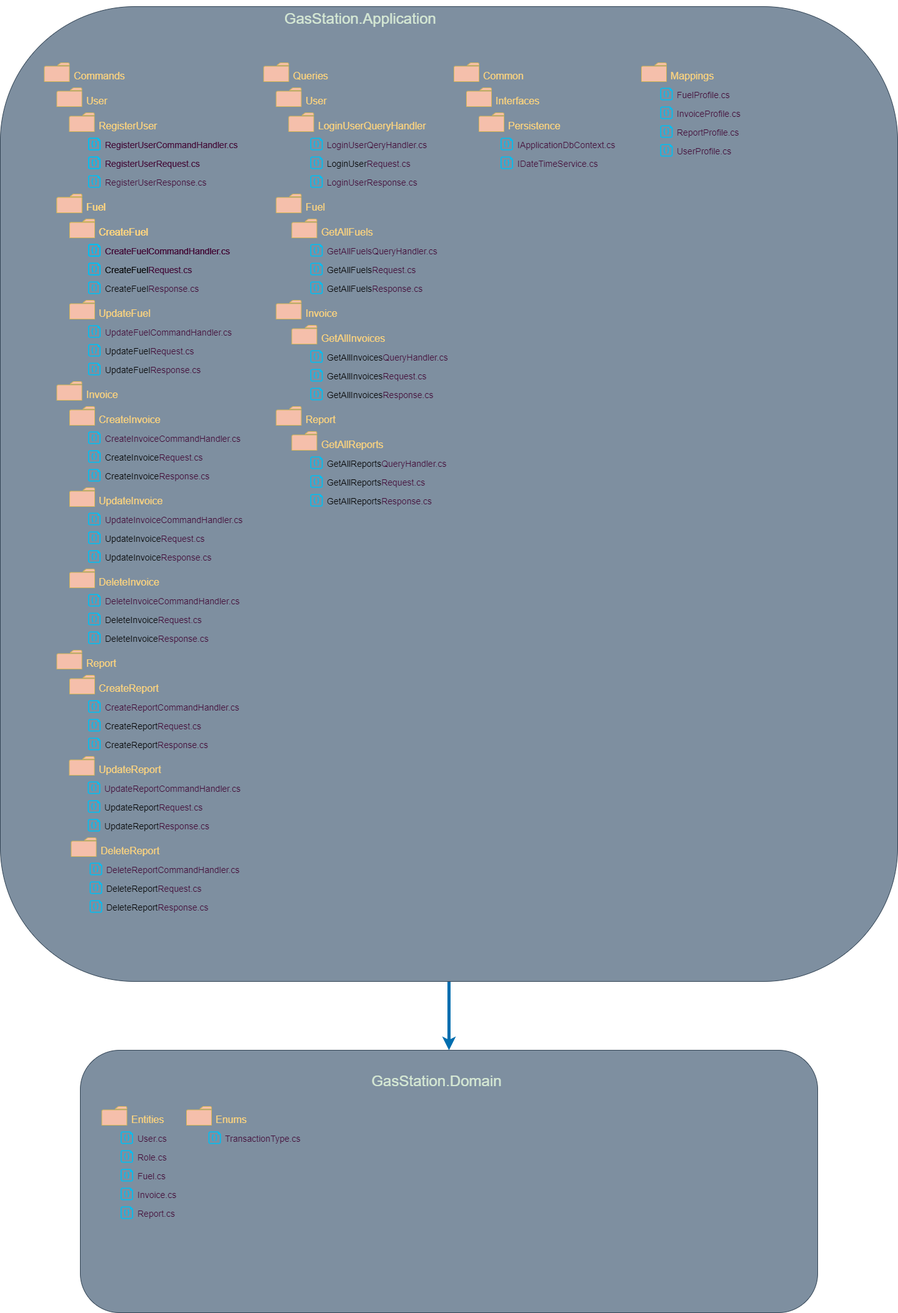
Above: doc/images/DDD-Layer.png in NyIIIa/GasStation (draw.io), before the change. Source tidied: cells renumbered, new cells last; positions are measured from the earlier drawing's top-left corner, leaving out a move shared by most shapes.
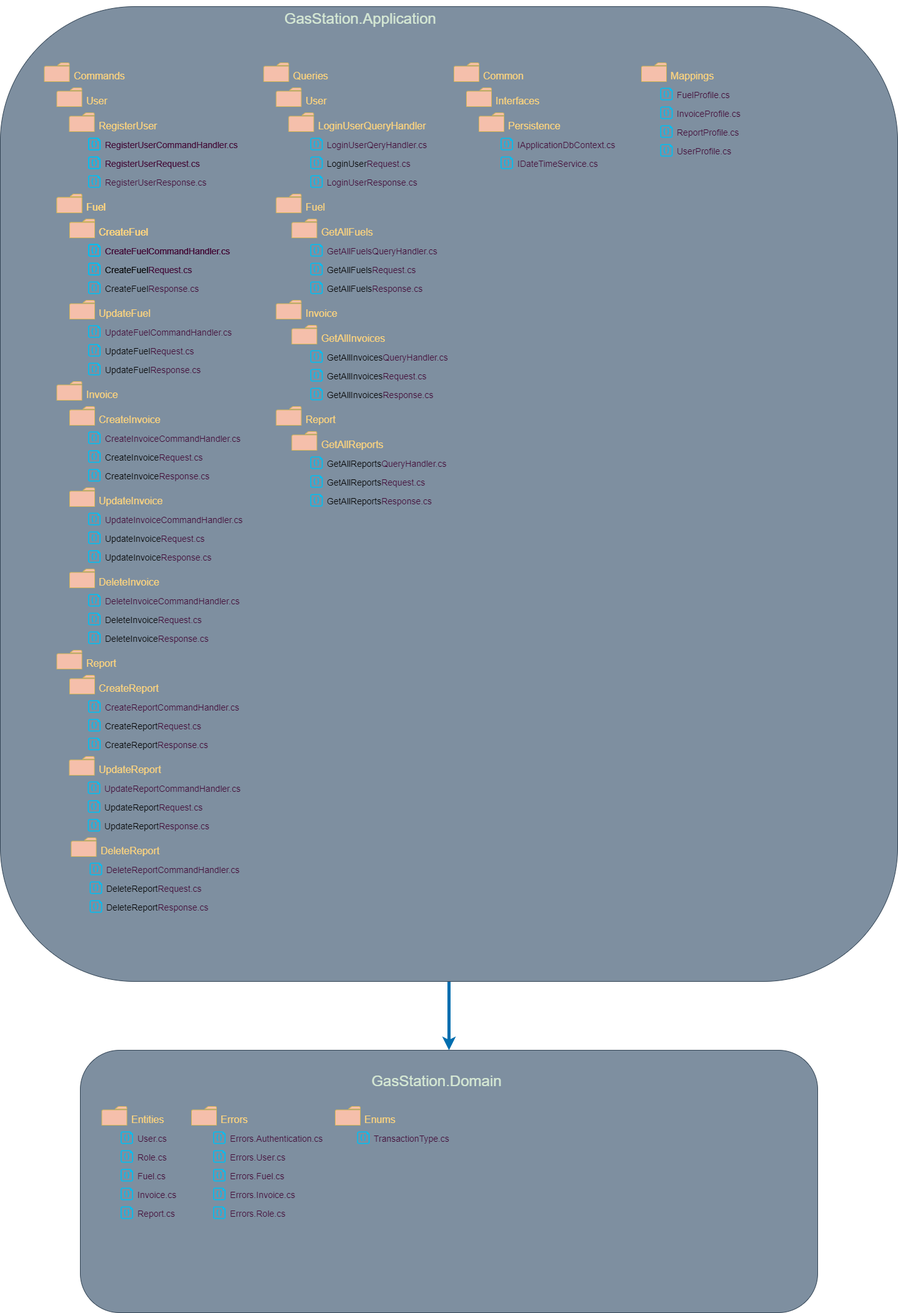
Later version of the same file.

Commit message:
add Errors models

What changed in the source:
```diff
@@ -237,10 +237,10 @@
       <mxGeometry x="800.5" y="250" width="20" height="20" as="geometry" />
     </mxCell>
     <mxCell id="80" value="&lt;font color=&quot;#ffd57e&quot;&gt;&lt;span style=&quot;font-size: 16px;&quot;&gt;Enums&lt;/span&gt;&lt;/font&gt;" style="sketch=0;shadow=0;dashed=0;html=1;strokeColor=#d6b656;labelPosition=right;verticalLabelPosition=middle;verticalAlign=middle;align=left;shape=mxgraph.office.concepts.folder;fillColor=#f5bfab;spacingRight=0;spacingLeft=5;spacingBottom=0;spacingTop=11;" parent="1" vertex="1">
-      <mxGeometry x="298" y="1770" width="40" height="30" as="geometry" />
+      <mxGeometry x="536" y="1770" width="40" height="30" as="geometry" />
     </mxCell>
     <mxCell id="81" value="&lt;font color=&quot;#410935&quot; style=&quot;font-size: 14px;&quot;&gt;TransactionType.cs&lt;/font&gt;" style="verticalLabelPosition=middle;html=1;verticalAlign=middle;align=left;strokeColor=none;fillColor=#00BEF2;shape=mxgraph.azure.code_file;labelPosition=right;fontSize=14;spacingLeft=5;spacingTop=4;" parent="1" vertex="1">
-      <mxGeometry x="333" y="1810" width="20" height="20" as="geometry" />
+      <mxGeometry x="571" y="1810" width="20" height="20" as="geometry" />
     </mxCell>
     <mxCell id="82" value="&lt;font color=&quot;#ffd57e&quot; style=&quot;font-size: 16px;&quot;&gt;DeleteReport&lt;/font&gt;" style="sketch=0;shadow=0;dashed=0;html=1;strokeColor=#d6b656;labelPosition=right;verticalLabelPosition=middle;verticalAlign=middle;align=left;shape=mxgraph.office.concepts.folder;fillColor=#f5bfab;spacingRight=0;spacingLeft=5;spacingBottom=0;spacingTop=11;" parent="1" vertex="1">
       <mxGeometry x="113.5" y="1340" width="40" height="30" as="geometry" />
@@ -278,5 +278,23 @@
     <mxCell id="93" value="&lt;font color=&quot;#410935&quot; style=&quot;font-size: 14px;&quot;&gt;UserProfile.cs&lt;/font&gt;" style="verticalLabelPosition=middle;html=1;verticalAlign=middle;align=left;strokeColor=none;fillColor=#00BEF2;shape=mxgraph.azure.code_file;labelPosition=right;fontSize=14;spacingLeft=5;spacingTop=4;" parent="1" vertex="1">
       <mxGeometry x="1056" y="230" width="20" height="20" as="geometry" />
     </mxCell>
+    <mxCell id="94" value="&lt;font color=&quot;#ffd57e&quot;&gt;&lt;span style=&quot;font-size: 16px;&quot;&gt;Errors&lt;/span&gt;&lt;/font&gt;" style="sketch=0;shadow=0;dashed=0;html=1;strokeColor=#d6b656;labelPosition=right;verticalLabelPosition=middle;verticalAlign=middle;align=left;shape=mxgraph.office.concepts.folder;fillColor=#f5bfab;spacingRight=0;spacingLeft=5;spacingBottom=0;spacingTop=11;" parent="1" vertex="1">
+      <mxGeometry x="306" y="1770" width="40" height="30" as="geometry" />
+    </mxCell>
+    <mxCell id="95" value="&lt;font color=&quot;#410935&quot; style=&quot;font-size: 14px;&quot;&gt;Errors.Authentication.cs&lt;/font&gt;" style="verticalLabelPosition=middle;html=1;verticalAlign=middle;align=left;strokeColor=none;fillColor=#00BEF2;shape=mxgraph.azure.code_file;labelPosition=right;fontSize=14;spacingLeft=5;spacingTop=4;" parent="1" vertex="1">
+      <mxGeometry x="340.5" y="1810" width="20" height="20" as="geometry" />
+    </mxCell>
+    <mxCell id="96" value="&lt;font color=&quot;#410935&quot; style=&quot;font-size: 14px;&quot;&gt;Errors.User.cs&lt;/font&gt;" style="verticalLabelPosition=middle;html=1;verticalAlign=middle;align=left;strokeColor=none;fillColor=#00BEF2;shape=mxgraph.azure.code_file;labelPosition=right;fontSize=14;spacingLeft=5;spacingTop=4;" parent="1" vertex="1">
+      <mxGeometry x="340.5" y="1840" width="20" height="20" as="geometry" />
+    </mxCell>
+    <mxCell id="97" value="&lt;font color=&quot;#410935&quot; style=&quot;font-size: 14px;&quot;&gt;Errors.Fuel.cs&lt;/font&gt;" style="verticalLabelPosition=middle;html=1;verticalAlign=middle;align=left;strokeColor=none;fillColor=#00BEF2;shape=mxgraph.azure.code_file;labelPosition=right;fontSize=14;spacingLeft=5;spacingTop=4;" parent="1" vertex="1">
+      <mxGeometry x="340.5" y="1870" width="20" height="20" as="geometry" />
+    </mxCell>
+    <mxCell id="98" value="&lt;font color=&quot;#410935&quot; style=&quot;font-size: 14px;&quot;&gt;Errors.Invoice.cs&lt;/font&gt;" style="verticalLabelPosition=middle;html=1;verticalAlign=middle;align=left;strokeColor=none;fillColor=#00BEF2;shape=mxgraph.azure.code_file;labelPosition=right;fontSize=14;spacingLeft=5;spacingTop=4;" parent="1" vertex="1">
+      <mxGeometry x="340.5" y="1900" width="20" height="20" as="geometry" />
+    </mxCell>
+    <mxCell id="99" value="&lt;font color=&quot;#410935&quot; style=&quot;font-size: 14px;&quot;&gt;Errors.Role.cs&lt;/font&gt;" style="verticalLabelPosition=middle;html=1;verticalAlign=middle;align=left;strokeColor=none;fillColor=#00BEF2;shape=mxgraph.azure.code_file;labelPosition=right;fontSize=14;spacingLeft=5;spacingTop=4;" parent="1" vertex="1">
+      <mxGeometry x="340.5" y="1930" width="20" height="20" as="geometry" />
+    </mxCell>
   </root>
 </mxGraphModel>
```
